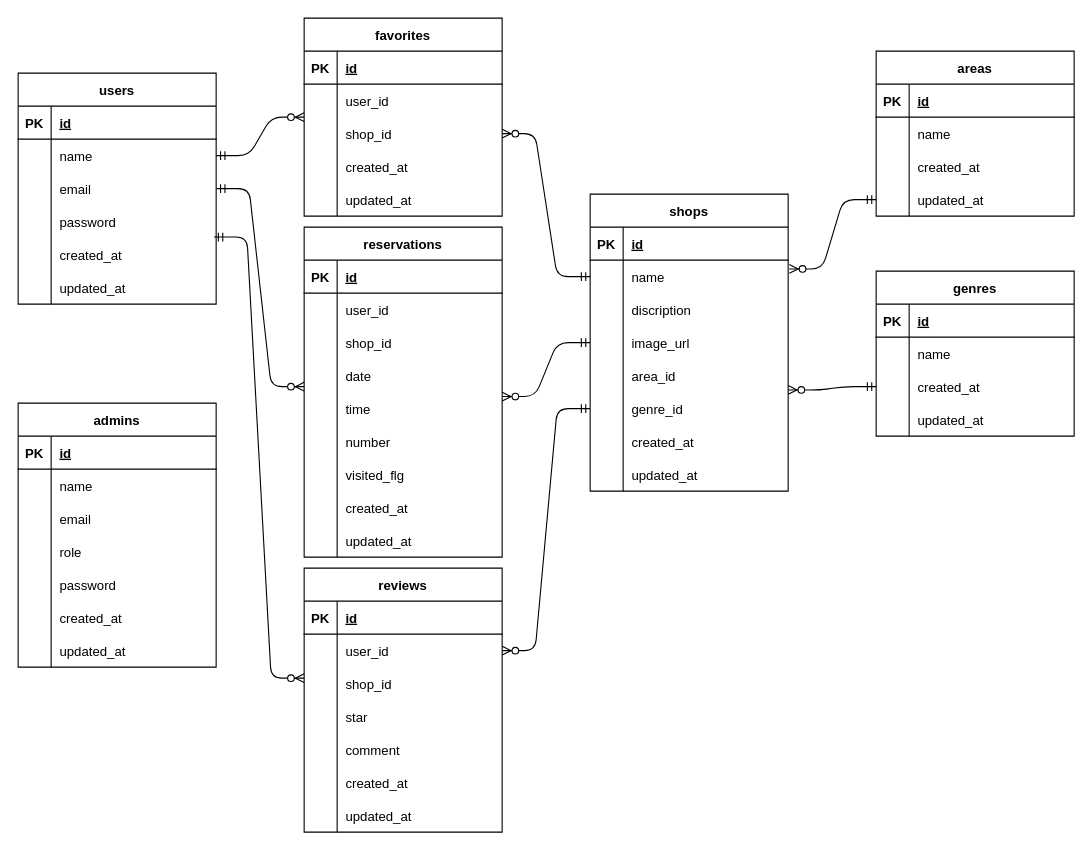
Above: er.dio in mizuki44/rese_system (draw.io), before the change. Source tidied: cells renumbered, new cells numbered last; positions are measured from the earlier drawing's top-left corner, leaving out a move shared by most shapes. Both pictures are drawn from the tidied source at 110%, with x=0, y=0 at pixel (18, 18).
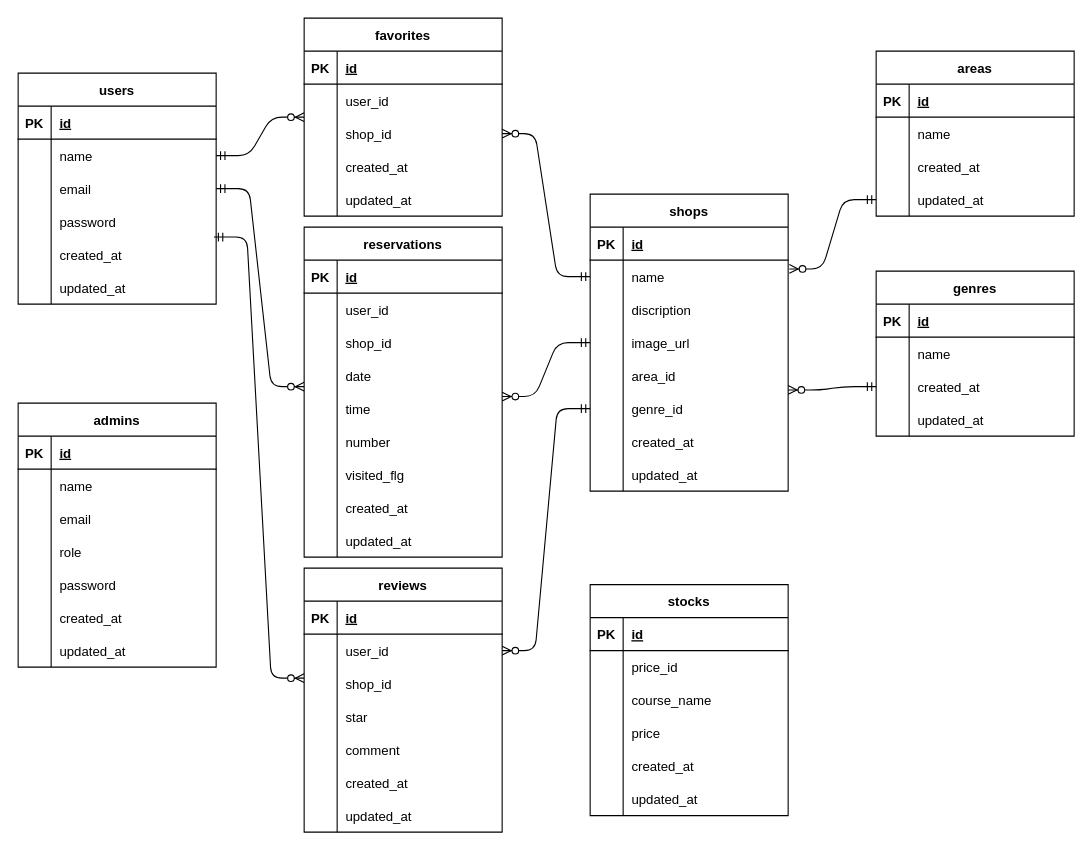
The same diagram, later.

Diff of the diagram source:
```diff
@@
+    <mxCell id="168" value="stocks" style="shape=table;startSize=30;childLayout=tableLayout;rowLines=0;fontStyle=1;align=center;" parent="1" vertex="1">
+      <mxGeometry x="520" y="515" width="180" height="210" as="geometry" />
+    </mxCell>
+    <mxCell id="169" style="shape=tableRow;horizontal=0;startSize=0;swimlaneHead=0;swimlaneBody=0;fillColor=none;top=0;left=0;right=0;bottom=1;" parent="168" vertex="1">
+      <mxGeometry y="30" width="180" height="30" as="geometry" />
+    </mxCell>
+    <mxCell id="170" value="PK" style="shape=partialRectangle;fillColor=none;top=0;left=0;bottom=0;right=0;fontStyle=1;overflow=hidden;" parent="169" vertex="1">
+      <mxGeometry width="30" height="30" as="geometry" />
+    </mxCell>
+    <mxCell id="171" value="id" style="shape=partialRectangle;fillColor=none;top=0;left=0;bottom=0;right=0;align=left;spacingLeft=6;fontStyle=5;overflow=hidden;" parent="169" vertex="1">
+      <mxGeometry x="30" width="150" height="30" as="geometry" />
+    </mxCell>
+    <mxCell id="172" style="shape=tableRow;horizontal=0;startSize=0;swimlaneHead=0;swimlaneBody=0;fillColor=none;top=0;left=0;right=0;bottom=0;" parent="168" vertex="1">
+      <mxGeometry y="60" width="180" height="30" as="geometry" />
+    </mxCell>
+    <mxCell id="173" style="shape=partialRectangle;fillColor=none;top=0;left=0;bottom=0;right=0;overflow=hidden;" parent="172" vertex="1">
+      <mxGeometry width="30" height="30" as="geometry" />
+    </mxCell>
+    <mxCell id="174" value="price_id" style="shape=partialRectangle;fillColor=none;top=0;left=0;bottom=0;right=0;align=left;spacingLeft=6;overflow=hidden;" parent="172" vertex="1">
+      <mxGeometry x="30" width="150" height="30" as="geometry" />
+    </mxCell>
+    <mxCell id="175" style="shape=tableRow;horizontal=0;startSize=0;swimlaneHead=0;swimlaneBody=0;fillColor=none;top=0;left=0;right=0;bottom=0;" parent="168" vertex="1">
+      <mxGeometry y="90" width="180" height="30" as="geometry" />
+    </mxCell>
+    <mxCell id="176" style="shape=partialRectangle;fillColor=none;top=0;left=0;bottom=0;right=0;overflow=hidden;" parent="175" vertex="1">
+      <mxGeometry width="30" height="30" as="geometry" />
+    </mxCell>
+    <mxCell id="177" value="course_name" style="shape=partialRectangle;fillColor=none;top=0;left=0;bottom=0;right=0;align=left;spacingLeft=6;overflow=hidden;" parent="175" vertex="1">
+      <mxGeometry x="30" width="150" height="30" as="geometry" />
+    </mxCell>
+    <mxCell id="178" style="shape=tableRow;horizontal=0;startSize=0;swimlaneHead=0;swimlaneBody=0;fillColor=none;top=0;left=0;right=0;bottom=0;" parent="168" vertex="1">
+      <mxGeometry y="120" width="180" height="30" as="geometry" />
+    </mxCell>
+    <mxCell id="179" style="shape=partialRectangle;fillColor=none;top=0;left=0;bottom=0;right=0;overflow=hidden;" parent="178" vertex="1">
+      <mxGeometry width="30" height="30" as="geometry" />
+    </mxCell>
+    <mxCell id="180" value="price" style="shape=partialRectangle;fillColor=none;top=0;left=0;bottom=0;right=0;align=left;spacingLeft=6;overflow=hidden;" parent="178" vertex="1">
+      <mxGeometry x="30" width="150" height="30" as="geometry" />
+    </mxCell>
+    <mxCell id="181" style="shape=tableRow;horizontal=0;startSize=0;swimlaneHead=0;swimlaneBody=0;fillColor=none;top=0;left=0;right=0;bottom=0;" parent="168" vertex="1">
+      <mxGeometry y="150" width="180" height="30" as="geometry" />
+    </mxCell>
+    <mxCell id="182" style="shape=partialRectangle;fillColor=none;top=0;left=0;bottom=0;right=0;overflow=hidden;" parent="181" vertex="1">
+      <mxGeometry width="30" height="30" as="geometry" />
+    </mxCell>
+    <mxCell id="183" value="created_at" style="shape=partialRectangle;fillColor=none;top=0;left=0;bottom=0;right=0;align=left;spacingLeft=6;overflow=hidden;" parent="181" vertex="1">
+      <mxGeometry x="30" width="150" height="30" as="geometry" />
+    </mxCell>
+    <mxCell id="184" style="shape=tableRow;horizontal=0;startSize=0;swimlaneHead=0;swimlaneBody=0;fillColor=none;top=0;left=0;right=0;bottom=0;" parent="168" vertex="1">
+      <mxGeometry y="180" width="180" height="30" as="geometry" />
+    </mxCell>
+    <mxCell id="185" style="shape=partialRectangle;fillColor=none;top=0;left=0;bottom=0;right=0;overflow=hidden;" parent="184" vertex="1">
+      <mxGeometry width="30" height="30" as="geometry" />
+    </mxCell>
+    <mxCell id="186" value="updated_at" style="shape=partialRectangle;fillColor=none;top=0;left=0;bottom=0;right=0;align=left;spacingLeft=6;overflow=hidden;" parent="184" vertex="1">
+      <mxGeometry x="30" width="150" height="30" as="geometry" />
+    </mxCell>
```
